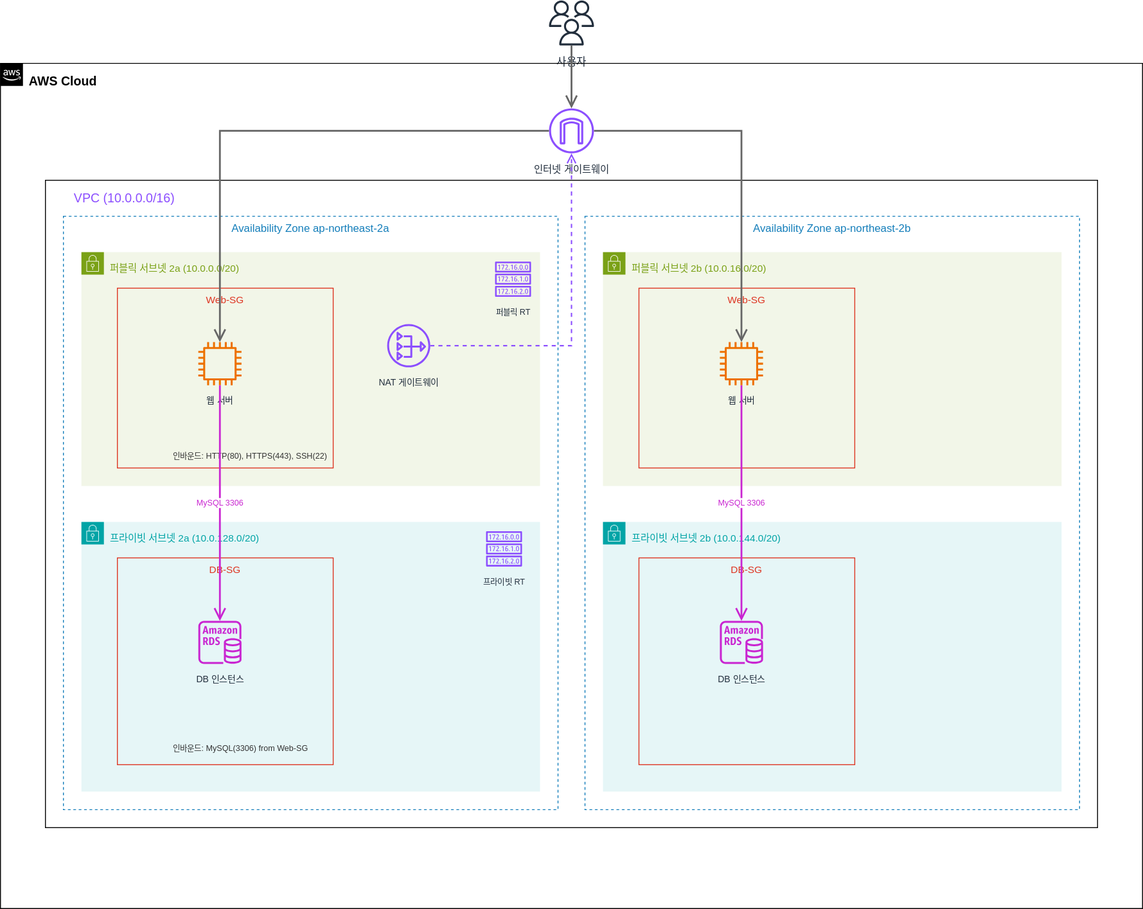
The draw.io diagram public/images/week3/3-2-architecture-diagram.svg in yh00615/cloud_architecture, before a commit. Source tidied: cells renumbered, new cells last; positions are measured from the earlier drawing's top-left corner, leaving out a move shared by most shapes.
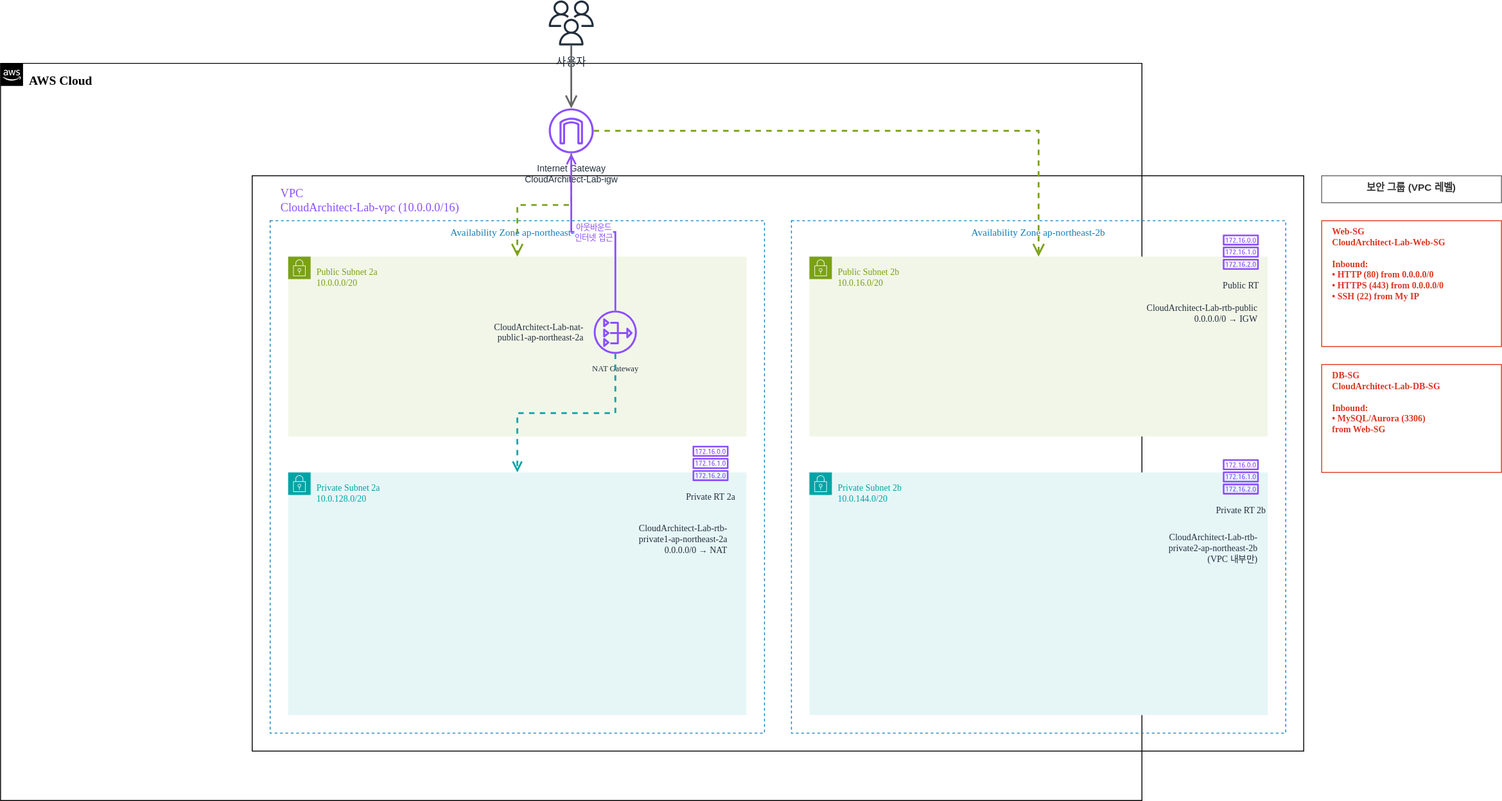
Later version of the same file.

Commit message:
Update diagram fonts to Verdana and add architecture diagram to 4-1 lab guide

Diff of the diagram source:
```diff
@@ -2,92 +2,83 @@
   <root>
     <mxCell id="0" />
     <mxCell id="1" parent="0" />
-    <mxCell id="2" value="사용자" style="sketch=0;outlineConnect=0;fontColor=#232F3E;gradientColor=none;fillColor=#232F3D;strokeColor=none;dashed=0;verticalLabelPosition=bottom;spacingTop=5;verticalAlign=top;align=center;html=1;fontSize=12;fontStyle=0;shape=mxgraph.aws4.users;" parent="1" vertex="1">
+    <mxCell id="2" value="사용자" style="sketch=0;outlineConnect=0;fontColor=#232F3E;gradientColor=none;fillColor=#232F3D;strokeColor=none;dashed=0;verticalLabelPosition=bottom;spacingTop=5;verticalAlign=top;align=center;html=1;fontSize=12;fontStyle=0;shape=mxgraph.aws4.users;fontFamily=Helvetica;" parent="1" vertex="1">
       <mxGeometry x="610" width="50" height="50" as="geometry" />
     </mxCell>
-    <mxCell id="3" value="AWS Cloud" style="gradientColor=none;html=1;whiteSpace=wrap;fontSize=14;fontStyle=1;shape=mxgraph.aws4.group;grIcon=mxgraph.aws4.group_aws_cloud_alt;stroke=#232F3E;fillColor=none;verticalAlign=top;align=left;spacingLeft=30;spacingTop=5;dashed=0;" parent="1" vertex="1">
-      <mxGeometry y="70" width="1270" height="940" as="geometry" />
+    <mxCell id="3" value="AWS Cloud" style="gradientColor=none;html=1;whiteSpace=wrap;fontSize=14;fontStyle=1;shape=mxgraph.aws4.group;grIcon=mxgraph.aws4.group_aws_cloud_alt;stroke=#232F3E;fillColor=none;verticalAlign=top;align=left;spacingLeft=30;spacingTop=5;dashed=0;fontFamily=Verdana;" parent="1" vertex="1">
+      <mxGeometry y="70" width="1270" height="820" as="geometry" />
     </mxCell>
-    <mxCell id="4" value="인터넷 게이트웨이" style="sketch=0;outlineConnect=0;fontColor=#232F3E;gradientColor=none;fillColor=#8C4FFF;strokeColor=none;dashed=0;verticalLabelPosition=bottom;spacingTop=5;verticalAlign=top;align=center;html=1;fontSize=11;fontStyle=0;shape=mxgraph.aws4.internet_gateway;" parent="1" vertex="1">
+    <mxCell id="4" value="Internet Gateway&#10;CloudArchitect-Lab-igw" style="sketch=0;outlineConnect=0;fontColor=#232F3E;gradientColor=none;fillColor=#8C4FFF;strokeColor=none;dashed=0;verticalLabelPosition=bottom;spacingTop=5;verticalAlign=top;align=center;html=1;fontSize=10;fontStyle=0;shape=mxgraph.aws4.internet_gateway;fontFamily=Helvetica;" parent="1" vertex="1">
       <mxGeometry x="610" y="120" width="50" height="50" as="geometry" />
     </mxCell>
-    <mxCell id="5" value="VPC (10.0.0.0/16)" style="gradientColor=none;html=1;whiteSpace=wrap;fontSize=14;fontStyle=0;recursiveRehape=mxgraph.aws4.group;grIcon=mxgraph.aws4.group_vpc2;stroke=#8C4FFF;fillColor=none;verticalAlign=top;align=left;spacingLeft=30;spacingTop=5;fontColor=#8C4FFF;dashed=0;" parent="1" vertex="1">
-      <mxGeometry x="50" y="200" width="1170" height="720" as="geometry" />
+    <mxCell id="5" value="VPC&#10;CloudArchitect-Lab-vpc (10.0.0.0/16)" style="gradientColor=none;html=1;whiteSpace=wrap;fontSize=13;fontStyle=0;recursiveRehape=mxgraph.aws4.group;grIcon=mxgraph.aws4.group_vpc2;stroke=#8C4FFF;fillColor=none;verticalAlign=top;align=left;spacingLeft=30;spacingTop=5;fontColor=#8C4FFF;dashed=0;fontFamily=Verdana;" parent="1" vertex="1">
+      <mxGeometry x="280" y="195" width="1170" height="640" as="geometry" />
     </mxCell>
-    <mxCell id="6" value="Availability Zone ap-northeast-2a" style="fillColor=none;strokeColor=#147EBA;dashed=1;verticalAlign=top;fontStyle=0;fontColor=#147EBA;whiteSpace=wrap;html=1;fontSize=12;" parent="5" vertex="1">
-      <mxGeometry x="20" y="40" width="550" height="660" as="geometry" />
+    <mxCell id="6" value="Availability Zone ap-northeast-2a" style="fillColor=none;strokeColor=#147EBA;dashed=1;verticalAlign=top;fontStyle=0;fontColor=#147EBA;whiteSpace=wrap;html=1;fontSize=11;fontFamily=Verdana;" parent="5" vertex="1">
+      <mxGeometry x="20" y="50" width="550" height="570" as="geometry" />
     </mxCell>
-    <mxCell id="7" value="Availability Zone ap-northeast-2b" style="fillColor=none;strokeColor=#147EBA;dashed=1;verticalAlign=top;fontStyle=0;fontColor=#147EBA;whiteSpace=wrap;html=1;fontSize=12;" parent="5" vertex="1">
-      <mxGeometry x="600" y="40" width="550" height="660" as="geometry" />
+    <mxCell id="7" value="Availability Zone ap-northeast-2b" style="fillColor=none;strokeColor=#147EBA;dashed=1;verticalAlign=top;fontStyle=0;fontColor=#147EBA;whiteSpace=wrap;html=1;fontSize=11;fontFamily=Verdana;" parent="5" vertex="1">
+      <mxGeometry x="600" y="50" width="550" height="570" as="geometry" />
     </mxCell>
-    <mxCell id="8" value="퍼블릭 서브넷 2a (10.0.0.0/20)" style="points=[[0,0],[0.25,0],[0.5,0],[0.75,0],[1,0],[1,0.25],[1,0.5],[1,0.75],[1,1],[0.75,1],[0.5,1],[0.25,1],[0,1],[0,0.75],[0,0.5],[0,0.25]];outlineConnect=0;gradientColor=none;html=1;whiteSpace=wrap;fontSize=11;fontStyle=0;shape=mxgraph.aws4.group;grIcon=mxgraph.aws4.group_security_group;grStroke=0;strokeColor=#7AA116;fillColor=#F2F6E8;verticalAlign=top;align=left;spacingLeft=30;spacingTop=5;fontColor=#7AA116;dashed=0;" parent="5" vertex="1">
-      <mxGeometry x="40" y="80" width="510" height="260" as="geometry" />
+    <mxCell id="8" value="Public Subnet 2a&#10;10.0.0.0/20" style="points=[[0,0],[0.25,0],[0.5,0],[0.75,0],[1,0],[1,0.25],[1,0.5],[1,0.75],[1,1],[0.75,1],[0.5,1],[0.25,1],[0,1],[0,0.75],[0,0.5],[0,0.25]];outlineConnect=0;gradientColor=none;html=1;whiteSpace=wrap;fontSize=10;fontStyle=0;shape=mxgraph.aws4.group;grIcon=mxgraph.aws4.group_security_group;grStroke=0;strokeColor=#7AA116;fillColor=#F2F6E8;verticalAlign=top;align=left;spacingLeft=30;spacingTop=5;fontColor=#7AA116;dashed=0;fontFamily=Verdana;" parent="5" vertex="1">
+      <mxGeometry x="40" y="90" width="510" height="200" as="geometry" />
     </mxCell>
-    <mxCell id="9" value="퍼블릭 서브넷 2b (10.0.16.0/20)" style="points=[[0,0],[0.25,0],[0.5,0],[0.75,0],[1,0],[1,0.25],[1,0.5],[1,0.75],[1,1],[0.75,1],[0.5,1],[0.25,1],[0,1],[0,0.75],[0,0.5],[0,0.25]];outlineConnect=0;gradientColor=none;html=1;whiteSpace=wrap;fontSize=11;fontStyle=0;shape=mxgraph.aws4.group;grIcon=mxgraph.aws4.group_security_group;grStroke=0;strokeColor=#7AA116;fillColor=#F2F6E8;verticalAlign=top;align=left;spacingLeft=30;spacingTop=5;fontColor=#7AA116;dashed=0;" parent="5" vertex="1">
-      <mxGeometry x="620" y="80" width="510" height="260" as="geometry" />
+    <mxCell id="9" value="Public Subnet 2b&#10;10.0.16.0/20" style="points=[[0,0],[0.25,0],[0.5,0],[0.75,0],[1,0],[1,0.25],[1,0.5],[1,0.75],[1,1],[0.75,1],[0.5,1],[0.25,1],[0,1],[0,0.75],[0,0.5],[0,0.25]];outlineConnect=0;gradientColor=none;html=1;whiteSpace=wrap;fontSize=10;fontStyle=0;shape=mxgraph.aws4.group;grIcon=mxgraph.aws4.group_security_group;grStroke=0;strokeColor=#7AA116;fillColor=#F2F6E8;verticalAlign=top;align=left;spacingLeft=30;spacingTop=5;fontColor=#7AA116;dashed=0;fontFamily=Verdana;" parent="5" vertex="1">
+      <mxGeometry x="620" y="90" width="510" height="200" as="geometry" />
     </mxCell>
-    <mxCell id="10" value="프라이빗 서브넷 2a (10.0.128.0/20)" style="points=[[0,0],[0.25,0],[0.5,0],[0.75,0],[1,0],[1,0.25],[1,0.5],[1,0.75],[1,1],[0.75,1],[0.5,1],[0.25,1],[0,1],[0,0.75],[0,0.5],[0,0.25]];outlineConnect=0;gradientColor=none;html=1;whiteSpace=wrap;fontSize=11;fontStyle=0;shape=mxgraph.aws4.group;grIcon=mxgraph.aws4.group_security_group;grStroke=0;strokeColor=#00A4A6;fillColor=#E6F6F7;verticalAlign=top;align=left;spacingLeft=30;spacingTop=5;fontColor=#00A4A6;dashed=0;" parent="5" vertex="1">
-      <mxGeometry x="40" y="380" width="510" height="300" as="geometry" />
+    <mxCell id="10" value="Private Subnet 2a&#10;10.0.128.0/20" style="points=[[0,0],[0.25,0],[0.5,0],[0.75,0],[1,0],[1,0.25],[1,0.5],[1,0.75],[1,1],[0.75,1],[0.5,1],[0.25,1],[0,1],[0,0.75],[0,0.5],[0,0.25]];outlineConnect=0;gradientColor=none;html=1;whiteSpace=wrap;fontSize=10;fontStyle=0;shape=mxgraph.aws4.group;grIcon=mxgraph.aws4.group_security_group;grStroke=0;strokeColor=#00A4A6;fillColor=#E6F6F7;verticalAlign=top;align=left;spacingLeft=30;spacingTop=5;fontColor=#00A4A6;dashed=0;fontFamily=Verdana;" parent="5" vertex="1">
+      <mxGeometry x="40" y="330" width="510" height="270" as="geometry" />
     </mxCell>
-    <mxCell id="11" value="프라이빗 서브넷 2b (10.0.144.0/20)" style="gradientColor=none;html=1;whiteSpace=wrap;fontSize=11;fontStyle=0;shape=mxgraph.aws4.group;grIcon=mxgraph.aws4.group_security_group;grStroke=0;strokeColor=#00A4A6;fillColor=#E6F6F7;verticalAlign=top;align=left;spacingLeft=30;spacingTop=5;fontColor=#00A4A6;dashed=0;" parent="5" vertex="1">
-      <mxGeometry x="620" y="380" width="510" height="300" as="geometry" />
+    <mxCell id="11" value="Private Subnet 2b&#10;10.0.144.0/20" style="gradientColor=none;html=1;whiteSpace=wrap;fontSize=10;fontStyle=0;shape=mxgraph.aws4.group;grIcon=mxgraph.aws4.group_security_group;grStroke=0;strokeColor=#00A4A6;fillColor=#E6F6F7;verticalAlign=top;align=left;spacingLeft=30;spacingTop=5;fontColor=#00A4A6;dashed=0;fontFamily=Verdana;" parent="5" vertex="1">
+      <mxGeometry x="620" y="330" width="510" height="270" as="geometry" />
     </mxCell>
-    <mxCell id="12" value="Web-SG" style="fillColor=none;strokeColor=#DD3522;verticalAlign=top;fontStyle=0;fontColor=#DD3522;fontSize=11;whiteSpace=wrap;html=1;" parent="5" vertex="1">
-      <mxGeometry x="80" y="120" width="240" height="200" as="geometry" />
-    </mxCell>
-    <mxCell id="13" value="웹 서버" style="sketch=0;outlineConnect=0;fontColor=#232F3E;gradientColor=none;fillColor=#ED7100;strokeColor=none;dashed=0;verticalLabelPosition=bottom;spacingTop=5;verticalAlign=top;align=center;html=1;fontSize=10;fontStyle=0;shape=mxgraph.aws4.instance2;" parent="5" vertex="1">
-      <mxGeometry x="170" y="180" width="48" height="48" as="geometry" />
-    </mxCell>
-    <mxCell id="14" value="인바운드: HTTP(80), HTTPS(443), SSH(22)" style="text;html=1;align=left;verticalAlign=top;strokeColor=none;fillColor=none;fontColor=#333333;fontSize=9;" parent="5" vertex="1">
-      <mxGeometry x="140" y="295" width="200" height="20" as="geometry" />
-    </mxCell>
-    <mxCell id="15" value="NAT 게이트웨이" style="sketch=0;outlineConnect=0;fontColor=#232F3E;gradientColor=none;fillColor=#8C4FFF;strokeColor=none;dashed=0;verticalLabelPosition=bottom;spacingTop=5;verticalAlign=top;align=center;html=1;fontSize=10;fontStyle=0;shape=mxgraph.aws4.nat_gateway;" parent="5" vertex="1">
-      <mxGeometry x="380" y="160" width="48" height="48" as="geometry" />
+    <mxCell id="15" value="NAT Gateway" style="sketch=0;outlineConnect=0;fontColor=#232F3E;gradientColor=none;fillColor=#8C4FFF;strokeColor=none;dashed=0;verticalLabelPosition=bottom;spacingTop=5;verticalAlign=top;align=center;html=1;fontSize=9;fontStyle=0;shape=mxgraph.aws4.nat_gateway;fontFamily=Verdana;" parent="5" vertex="1">
+      <mxGeometry x="380" y="150" width="48" height="48" as="geometry" />
     </mxCell>
+    <mxCell id="31" value="CloudArchitect-Lab-nat-&#10;public1-ap-northeast-2a" style="text;html=1;align=right;verticalAlign=middle;strokeColor=none;fillColor=none;fontSize=10;fontColor=#232F3E;fontFamily=Verdana;" parent="5" vertex="1">
+      <mxGeometry x="220" y="154" width="150" height="40" as="geometry" />
+    </mxCell>
-    <mxCell id="16" value="퍼블릭 RT" style="sketch=0;fontColor=#232F3E;gradientColor=none;fillColor=#8C4FFF;strokeColor=none;dashed=0;verticalLabelPosition=bottom;spacingTop=5;verticalAlign=top;align=center;html=1;fontSize=9;fontStyle=0;shape=mxgraph.aws4.route_table;" parent="5" vertex="1">
-      <mxGeometry x="500" y="90" width="40" height="40" as="geometry" />
+    <mxCell id="16" value="Public RT" style="sketch=0;fontColor=#232F3E;gradientColor=none;fillColor=#8C4FFF;strokeColor=none;dashed=0;verticalLabelPosition=bottom;spacingTop=5;verticalAlign=top;align=center;html=1;fontSize=10;fontStyle=0;shape=mxgraph.aws4.route_table;fontFamily=Verdana;" parent="5" vertex="1">
+      <mxGeometry x="1080" y="65" width="40" height="40" as="geometry" />
     </mxCell>
-    <mxCell id="17" value="Web-SG" style="fillColor=none;strokeColor=#DD3522;verticalAlign=top;fontStyle=0;fontColor=#DD3522;fontSize=11;whiteSpace=wrap;html=1;" parent="5" vertex="1">
-      <mxGeometry x="660" y="120" width="240" height="200" as="geometry" />
-    </mxCell>
-    <mxCell id="18" value="웹 서버" style="sketch=0;outlineConnect=0;fontColor=#232F3E;gradientColor=none;fillColor=#ED7100;strokeColor=none;dashed=0;verticalLabelPosition=bottom;spacingTop=5;verticalAlign=top;align=center;html=1;fontSize=10;fontStyle=0;shape=mxgraph.aws4.instance2;" parent="5" vertex="1">
-      <mxGeometry x="750" y="180" width="48" height="48" as="geometry" />
-    </mxCell>
-    <mxCell id="19" value="DB-SG" style="fillColor=none;strokeColor=#DD3522;verticalAlign=top;fontStyle=0;fontColor=#DD3522;fontSize=11;whiteSpace=wrap;html=1;" parent="5" vertex="1">
-      <mxGeometry x="80" y="420" width="240" height="230" as="geometry" />
-    </mxCell>
-    <mxCell id="20" value="DB 인스턴스" style="sketch=0;outlineConnect=0;fontColor=#232F3E;gradientColor=none;fillColor=#C925D1;strokeColor=none;dashed=0;verticalLabelPosition=bottom;spacingTop=5;verticalAlign=top;align=center;html=1;fontSize=10;fontStyle=0;shape=mxgraph.aws4.rds_instance;" parent="5" vertex="1">
-      <mxGeometry x="170" y="490" width="48" height="48" as="geometry" />
-    </mxCell>
-    <mxCell id="21" value="인바운드: MySQL(3306) from Web-SG" style="text;html=1;align=left;verticalAlign=top;strokeColor=none;fillColor=none;fontColor=#333333;fontSize=9;" parent="5" vertex="1">
-      <mxGeometry x="140" y="620" width="180" height="20" as="geometry" />
-    </mxCell>
-    <mxCell id="22" value="프라이빗 RT" style="sketch=0;fontColor=#232F3E;gradientColor=none;fillColor=#8C4FFF;strokeColor=none;dashed=0;verticalLabelPosition=bottom;spacingTop=5;verticalAlign=top;align=center;html=1;fontSize=9;fontStyle=0;shape=mxgraph.aws4.route_table;" parent="5" vertex="1">
-      <mxGeometry x="490" y="390" width="40" height="40" as="geometry" />
-    </mxCell>
-    <mxCell id="23" value="DB-SG" style="fillColor=none;strokeColor=#DD3522;verticalAlign=top;fontStyle=0;fontColor=#DD3522;fontSize=11;whiteSpace=wrap;html=1;" parent="5" vertex="1">
-      <mxGeometry x="660" y="420" width="240" height="230" as="geometry" />
-    </mxCell>
-    <mxCell id="24" value="DB 인스턴스" style="sketch=0;outlineConnect=0;fontColor=#232F3E;gradientColor=none;fillColor=#C925D1;strokeColor=none;dashed=0;verticalLabelPosition=bottom;spacingTop=5;verticalAlign=top;align=center;html=1;fontSize=10;fontStyle=0;shape=mxgraph.aws4.rds_instance;" parent="5" vertex="1">
-      <mxGeometry x="750" y="490" width="48" height="48" as="geometry" />
-    </mxCell>
+    <mxCell id="32" value="CloudArchitect-Lab-rtb-public&#10;0.0.0.0/0 → IGW" style="text;html=1;align=right;verticalAlign=top;strokeColor=none;fillColor=none;fontSize=10;fontColor=#232F3E;fontFamily=Verdana;" parent="5" vertex="1">
+      <mxGeometry x="950" y="135" width="170" height="40" as="geometry" />
+    </mxCell>
+    <mxCell id="33" value="Private RT 2a" style="sketch=0;fontColor=#232F3E;gradientColor=none;fillColor=#8C4FFF;strokeColor=none;dashed=0;verticalLabelPosition=bottom;spacingTop=5;verticalAlign=top;align=center;html=1;fontSize=10;fontStyle=0;shape=mxgraph.aws4.route_table;fontFamily=Verdana;" parent="5" vertex="1">
+      <mxGeometry x="490" y="300" width="40" height="40" as="geometry" />
+    </mxCell>
+    <mxCell id="34" value="CloudArchitect-Lab-rtb-&#10;private1-ap-northeast-2a&#10;0.0.0.0/0 → NAT" style="text;html=1;align=right;verticalAlign=top;strokeColor=none;fillColor=none;fontSize=10;fontColor=#232F3E;fontFamily=Verdana;" parent="5" vertex="1">
+      <mxGeometry x="380" y="380" width="150" height="50" as="geometry" />
+    </mxCell>
+    <mxCell id="35" value="Private RT 2b" style="sketch=0;fontColor=#232F3E;gradientColor=none;fillColor=#8C4FFF;strokeColor=none;dashed=0;verticalLabelPosition=bottom;spacingTop=5;verticalAlign=top;align=center;html=1;fontSize=10;fontStyle=0;shape=mxgraph.aws4.route_table;fontFamily=Verdana;" parent="5" vertex="1">
+      <mxGeometry x="1080" y="315" width="40" height="40" as="geometry" />
+    </mxCell>
+    <mxCell id="36" value="CloudArchitect-Lab-rtb-&#10;private2-ap-northeast-2b&#10;(VPC 내부만)" style="text;html=1;align=right;verticalAlign=top;strokeColor=none;fillColor=none;fontSize=10;fontColor=#232F3E;fontFamily=Verdana;" parent="5" vertex="1">
+      <mxGeometry x="970" y="390" width="150" height="50" as="geometry" />
+    </mxCell>
+    <mxCell id="37" value="Web-SG&#10;CloudArchitect-Lab-Web-SG&#10;&#10;Inbound:&#10;• HTTP (80) from 0.0.0.0/0&#10;• HTTPS (443) from 0.0.0.0/0&#10;• SSH (22) from My IP" style="fillColor=none;strokeColor=#DD3522;verticalAlign=top;fontStyle=1;fontColor=#DD3522;fontSize=10;whiteSpace=wrap;html=1;align=left;spacingLeft=10;fontFamily=Verdana;" parent="1" vertex="1">
+      <mxGeometry x="1470" y="245" width="200" height="140" as="geometry" />
+    </mxCell>
+    <mxCell id="38" value="DB-SG&#10;CloudArchitect-Lab-DB-SG&#10;&#10;Inbound:&#10;• MySQL/Aurora (3306)&#10;  from Web-SG" style="fillColor=none;strokeColor=#DD3522;verticalAlign=top;fontStyle=1;fontColor=#DD3522;fontSize=10;whiteSpace=wrap;html=1;align=left;spacingLeft=10;fontFamily=Verdana;" parent="1" vertex="1">
+      <mxGeometry x="1470" y="405" width="200" height="120" as="geometry" />
+    </mxCell>
     <mxCell id="25" style="edgeStyle=orthogonalEdgeStyle;html=1;endArrow=open;endFill=0;endSize=10;strokeColor=#666666;strokeWidth=2;rounded=0;" parent="1" edge="1" source="2" target="4">
       <mxGeometry relative="1" as="geometry" />
     </mxCell>
-    <mxCell id="26" style="edgeStyle=orthogonalEdgeStyle;html=1;endArrow=open;endFill=0;endSize=10;strokeColor=#666666;strokeWidth=2;rounded=0;" parent="1" edge="1" source="4" target="13">
-      <mxGeometry relative="1" as="geometry" />
-    </mxCell>
-    <mxCell id="27" style="edgeStyle=orthogonalEdgeStyle;html=1;endArrow=open;endFill=0;endSize=10;strokeColor=#666666;strokeWidth=2;rounded=0;" parent="1" edge="1" source="4" target="18">
-      <mxGeometry relative="1" as="geometry" />
-    </mxCell>
-    <mxCell id="28" value="MySQL 3306" style="edgeStyle=orthogonalEdgeStyle;html=1;endArrow=open;endFill=0;endSize=10;strokeColor=#C925D1;strokeWidth=2;rounded=0;fontSize=9;fontColor=#C925D1;labelBackgroundColor=#FFFFFF;" parent="1" edge="1" source="13" target="20">
-      <mxGeometry relative="1" as="geometry" />
-    </mxCell>
-    <mxCell id="29" value="MySQL 3306" style="edgeStyle=orthogonalEdgeStyle;html=1;endArrow=open;endFill=0;endSize=10;strokeColor=#C925D1;strokeWidth=2;rounded=0;fontSize=9;fontColor=#C925D1;labelBackgroundColor=#FFFFFF;" parent="1" edge="1" source="18" target="24">
-      <mxGeometry relative="1" as="geometry" />
-    </mxCell>
+    <mxCell id="39" style="edgeStyle=orthogonalEdgeStyle;html=1;endArrow=open;endFill=0;endSize=10;strokeColor=#7AA116;strokeWidth=2;rounded=0;dashed=1;" parent="1" edge="1" source="4" target="8">
+      <mxGeometry relative="1" as="geometry" />
+    </mxCell>
+    <mxCell id="40" style="edgeStyle=orthogonalEdgeStyle;html=1;endArrow=open;endFill=0;endSize=10;strokeColor=#7AA116;strokeWidth=2;rounded=0;dashed=1;" parent="1" edge="1" source="4" target="9">
+      <mxGeometry relative="1" as="geometry" />
+    </mxCell>
-    <mxCell id="30" style="edgeStyle=orthogonalEdgeStyle;html=1;endArrow=open;endFill=0;endSize=8;strokeColor=#8C4FFF;strokeWidth=1.5;dashed=1;rounded=0;" parent="1" edge="1" source="15" target="4">
+    <mxCell id="30" value="아웃바운드&#10;인터넷 접근" style="edgeStyle=orthogonalEdgeStyle;html=1;endArrow=open;endFill=0;endSize=8;strokeColor=#8C4FFF;strokeWidth=2;rounded=0;fontSize=9;fontColor=#8C4FFF;labelBackgroundColor=#FFFFFF;" parent="1" edge="1" source="15" target="4">
       <mxGeometry relative="1" as="geometry" />
     </mxCell>
+    <mxCell id="41" style="edgeStyle=orthogonalEdgeStyle;html=1;endArrow=open;endFill=0;endSize=8;strokeColor=#00A4A6;strokeWidth=2;rounded=0;dashed=1;" parent="1" edge="1" source="15" target="10">
+      <mxGeometry relative="1" as="geometry" />
+    </mxCell>
+    <mxCell id="42" value="보안 그룹 (VPC 레벨)" style="fillColor=#FFFFFF;strokeColor=#666666;verticalAlign=top;fontStyle=1;fontColor=#333333;fontSize=11;whiteSpace=wrap;html=1;align=center;" parent="1" vertex="1">
+      <mxGeometry x="1470" y="195" width="200" height="30" as="geometry" />
+    </mxCell>
   </root>
 </mxGraphModel>
```
